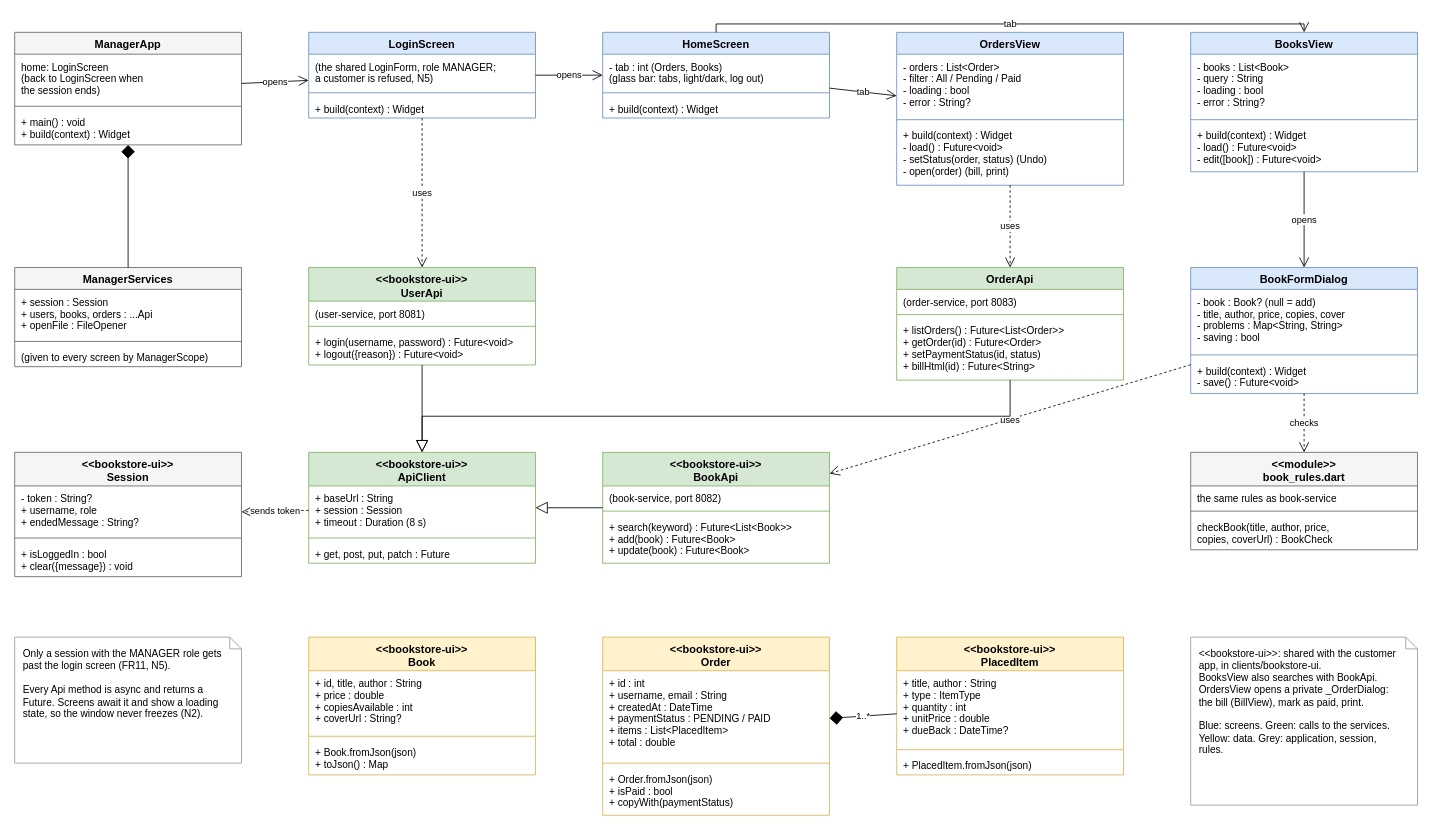
The draw.io diagram docs/02-design/diagrams/class-manager-app.drawio in KFUPMer/csce310-bookstore, before the edit. Source tidied: cells renumbered, new cells numbered last; positions are measured from the earlier drawing's top-left corner, leaving out a move shared by most shapes. Both pictures are drawn from the tidied source at 84%, with x=0, y=0 at pixel (14, 32).
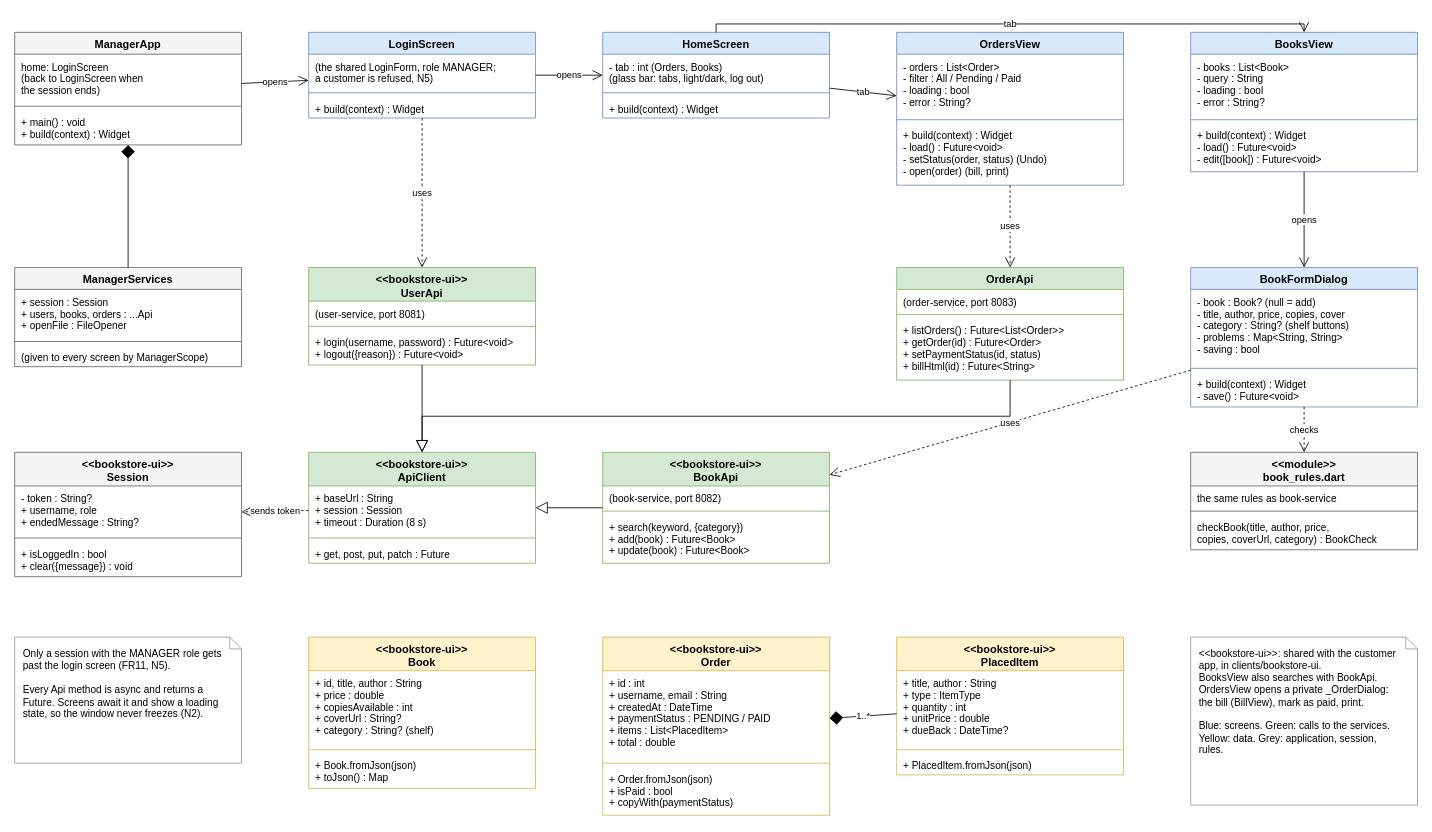
Above is the later version.

The change refers to these unchanged cells:
```xml
<mxCell id="46" value="&lt;&lt;bookstore-ui&gt;&gt;&#10;BookApi" style="swimlane;fontStyle=1;align=center;verticalAlign=top;horizontal=1;startSize=40;fillColor=#d5e8d4;strokeColor=#82b366;fontSize=13;" parent="1" vertex="1">
  <mxGeometry x="700" y="500" width="270" height="132" as="geometry" />
</mxCell>
<mxCell id="50" value="&lt;&lt;module&gt;&gt;&#10;book_rules.dart" style="swimlane;fontStyle=1;align=center;verticalAlign=top;horizontal=1;startSize=40;fillColor=#f5f5f5;strokeColor=#666666;fontSize=13;" parent="1" vertex="1">
  <mxGeometry x="1400" y="500" width="270" height="116" as="geometry" />
</mxCell>
```

The edit, as a diff of the source:
```diff
@@
     <mxCell id="34" value="BookFormDialog" style="swimlane;fontStyle=1;align=center;verticalAlign=top;horizontal=1;startSize=26;fillColor=#dae8fc;strokeColor=#6c8ebf;fontSize=13;" parent="1" vertex="1">
-      <mxGeometry x="1400" y="280" width="270" height="150" as="geometry" />
+      <mxGeometry x="1400" y="280" width="270" height="166" as="geometry" />
     </mxCell>
-    <mxCell id="35" value="- book : Book?  (null = add)&#10;- title, author, price, copies, cover&#10;- problems : Map&lt;String, String&gt;&#10;- saving : bool" style="text;strokeColor=none;fillColor=none;align=left;verticalAlign=top;spacingLeft=6;spacingRight=4;spacingTop=2;overflow=hidden;fontSize=12;" parent="34" vertex="1">
-      <mxGeometry y="26" width="270" height="74" as="geometry" />
+    <mxCell id="35" value="- book : Book?  (null = add)&#10;- title, author, price, copies, cover&#10;- category : String?  (shelf buttons)&#10;- problems : Map&lt;String, String&gt;&#10;- saving : bool" style="text;strokeColor=none;fillColor=none;align=left;verticalAlign=top;spacingLeft=6;spacingRight=4;spacingTop=2;overflow=hidden;fontSize=12;" parent="34" vertex="1">
+      <mxGeometry y="26" width="270" height="90" as="geometry" />
     </mxCell>
     <mxCell id="36" style="line;strokeWidth=1;fillColor=none;align=left;verticalAlign=middle;spacingTop=-1;spacingLeft=3;spacingRight=3;labelPosition=right;strokeColor=inherit;" parent="34" vertex="1">
-      <mxGeometry y="100" width="270" height="8" as="geometry" />
+      <mxGeometry y="116" width="270" height="8" as="geometry" />
     </mxCell>
     <mxCell id="37" value="+ build(context) : Widget&#10;- save() : Future&lt;void&gt;" style="text;strokeColor=none;fillColor=none;align=left;verticalAlign=top;spacingLeft=6;spacingRight=4;spacingTop=2;overflow=hidden;fontSize=12;" parent="34" vertex="1">
-      <mxGeometry y="108" width="270" height="42" as="geometry" />
+      <mxGeometry y="124" width="270" height="42" as="geometry" />
     </mxCell>
@@
-    <mxCell id="49" value="+ search(keyword) : Future&lt;List&lt;Book&gt;&gt;&#10;+ add(book) : Future&lt;Book&gt;&#10;+ update(book) : Future&lt;Book&gt;" style="text;strokeColor=none;fillColor=none;align=left;verticalAlign=top;spacingLeft=6;spacingRight=4;spacingTop=2;overflow=hidden;fontSize=12;" parent="46" vertex="1">
+    <mxCell id="49" value="+ search(keyword, {category})&#10;+ add(book) : Future&lt;Book&gt;&#10;+ update(book) : Future&lt;Book&gt;" style="text;strokeColor=none;fillColor=none;align=left;verticalAlign=top;spacingLeft=6;spacingRight=4;spacingTop=2;overflow=hidden;fontSize=12;" parent="46" vertex="1">
       <mxGeometry y="74" width="270" height="58" as="geometry" />
     </mxCell>
@@
-    <mxCell id="53" value="checkBook(title, author, price,&#10;    copies, coverUrl) : BookCheck" style="text;strokeColor=none;fillColor=none;align=left;verticalAlign=top;spacingLeft=6;spacingRight=4;spacingTop=2;overflow=hidden;fontSize=12;" parent="50" vertex="1">
+    <mxCell id="53" value="checkBook(title, author, price,&#10;    copies, coverUrl, category) : BookCheck" style="text;strokeColor=none;fillColor=none;align=left;verticalAlign=top;spacingLeft=6;spacingRight=4;spacingTop=2;overflow=hidden;fontSize=12;" parent="50" vertex="1">
       <mxGeometry y="74" width="270" height="42" as="geometry" />
     </mxCell>
     <mxCell id="54" value="&lt;&lt;bookstore-ui&gt;&gt;&#10;Book" style="swimlane;fontStyle=1;align=center;verticalAlign=top;horizontal=1;startSize=40;fillColor=#fff2cc;strokeColor=#d6b656;fontSize=13;" parent="1" vertex="1">
-      <mxGeometry x="350" y="720" width="270" height="164" as="geometry" />
+      <mxGeometry x="350" y="720" width="270" height="180" as="geometry" />
     </mxCell>
-    <mxCell id="55" value="+ id, title, author : String&#10;+ price : double&#10;+ copiesAvailable : int&#10;+ coverUrl : String?" style="text;strokeColor=none;fillColor=none;align=left;verticalAlign=top;spacingLeft=6;spacingRight=4;spacingTop=2;overflow=hidden;fontSize=12;" parent="54" vertex="1">
-      <mxGeometry y="40" width="270" height="74" as="geometry" />
+    <mxCell id="55" value="+ id, title, author : String&#10;+ price : double&#10;+ copiesAvailable : int&#10;+ coverUrl : String?&#10;+ category : String?  (shelf)" style="text;strokeColor=none;fillColor=none;align=left;verticalAlign=top;spacingLeft=6;spacingRight=4;spacingTop=2;overflow=hidden;fontSize=12;" parent="54" vertex="1">
+      <mxGeometry y="40" width="270" height="90" as="geometry" />
     </mxCell>
     <mxCell id="56" style="line;strokeWidth=1;fillColor=none;align=left;verticalAlign=middle;spacingTop=-1;spacingLeft=3;spacingRight=3;labelPosition=right;strokeColor=inherit;" parent="54" vertex="1">
-      <mxGeometry y="114" width="270" height="8" as="geometry" />
+      <mxGeometry y="130" width="270" height="8" as="geometry" />
     </mxCell>
     <mxCell id="57" value="+ Book.fromJson(json)&#10;+ toJson() : Map" style="text;strokeColor=none;fillColor=none;align=left;verticalAlign=top;spacingLeft=6;spacingRight=4;spacingTop=2;overflow=hidden;fontSize=12;" parent="54" vertex="1">
-      <mxGeometry y="122" width="270" height="42" as="geometry" />
+      <mxGeometry y="138" width="270" height="42" as="geometry" />
     </mxCell>
```
